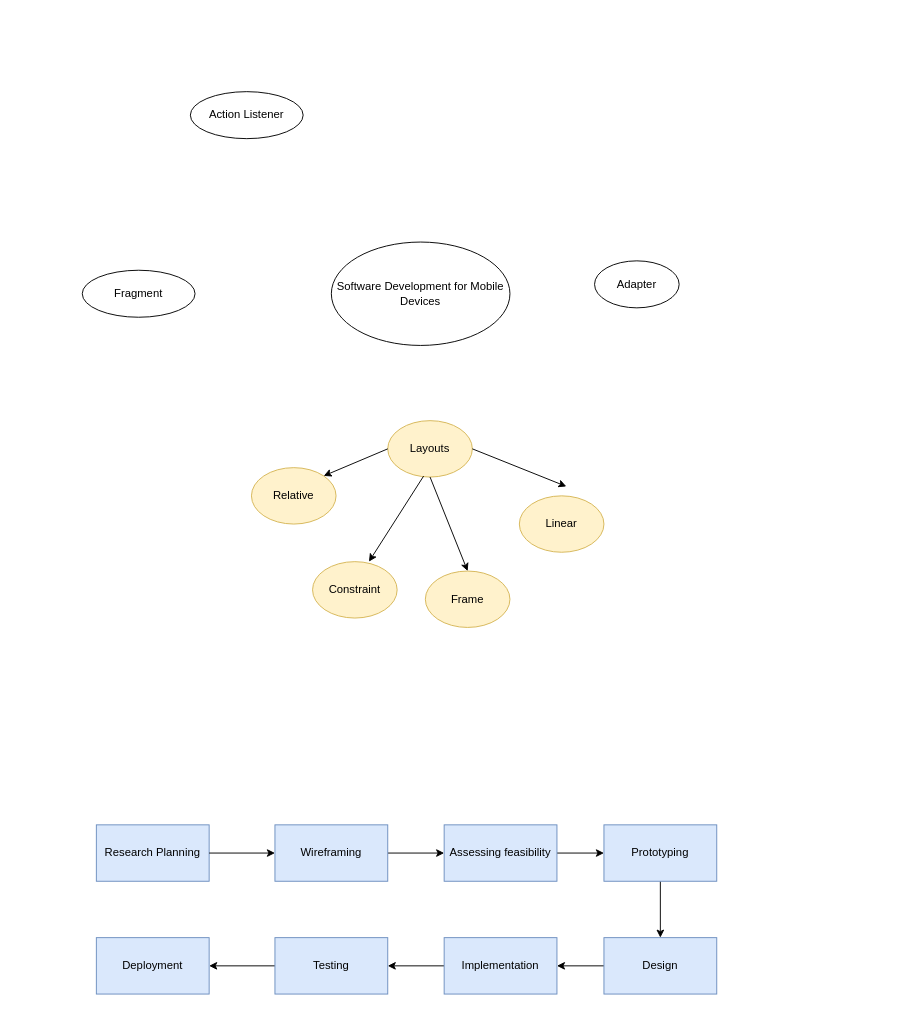
Earlier version of the draw.io diagram MindmapAndroid.drawio (LastMinuteBanter/DistinctionTaskUML). Source tidied: cells renumbered, new cells numbered last; positions are measured from the earlier drawing's top-left corner, leaving out a move shared by most shapes. Both pictures are drawn from the tidied source at 94%, with x=0, y=0 at pixel (82, 91).
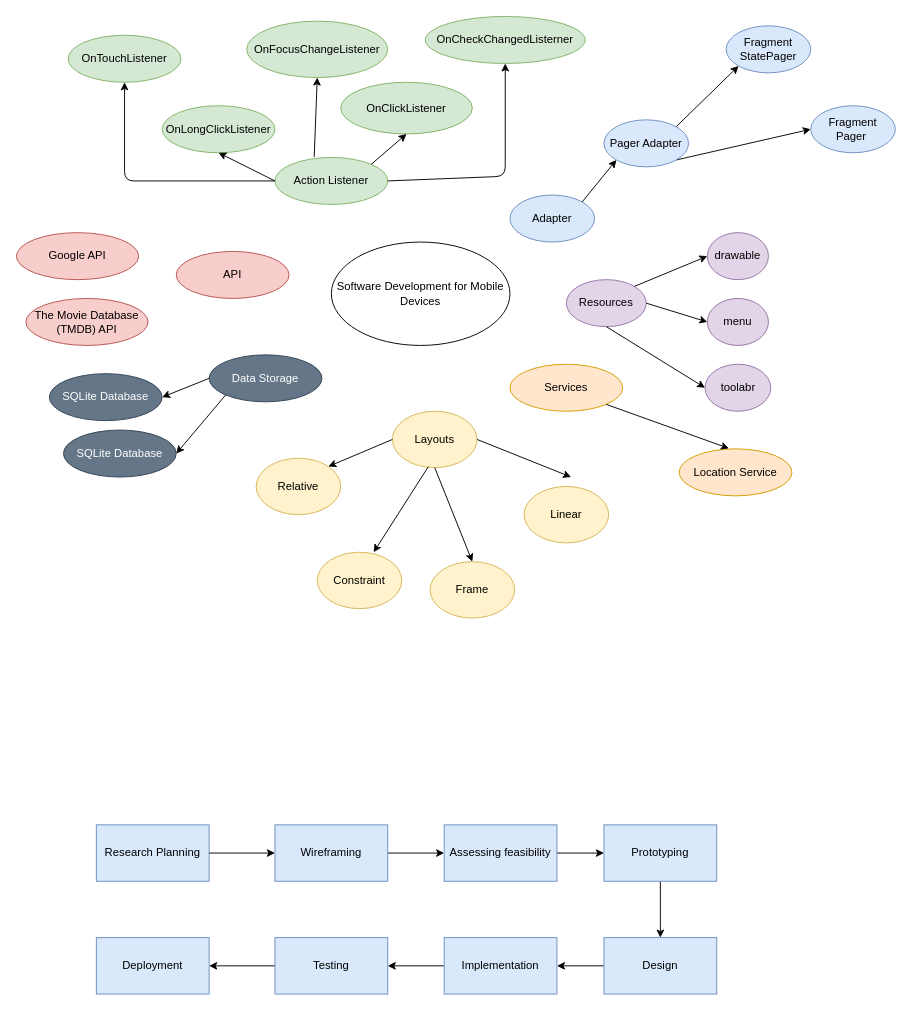
Above is the later version.

What changed in the source:
```diff
@@
     <mxCell id="18" value="Layouts" style="ellipse;whiteSpace=wrap;html=1;fillColor=#fff2cc;strokeColor=#d6b656;" parent="1" vertex="1">
-      <mxGeometry x="325" y="350" width="90" height="60" as="geometry" />
+      <mxGeometry x="330" y="340" width="90" height="60" as="geometry" />
     </mxCell>
-    <mxCell id="19" value="Adapter" style="ellipse;whiteSpace=wrap;html=1;" parent="1" vertex="1">
-      <mxGeometry x="545" y="180" width="90" height="50" as="geometry" />
+    <mxCell id="19" value="Adapter" style="ellipse;whiteSpace=wrap;html=1;fillColor=#dae8fc;strokeColor=#6c8ebf;" parent="1" vertex="1">
+      <mxGeometry x="455" y="110" width="90" height="50" as="geometry" />
     </mxCell>
-    <mxCell id="20" value="Fragment" style="ellipse;whiteSpace=wrap;html=1;" parent="1" vertex="1">
-      <mxGeometry y="190" width="120" height="50" as="geometry" />
+    <mxCell id="20" value="Services" style="ellipse;whiteSpace=wrap;html=1;fillColor=#ffe6cc;strokeColor=#d79b00;" parent="1" vertex="1">
+      <mxGeometry x="455" y="290" width="120" height="50" as="geometry" />
     </mxCell>
-    <mxCell id="21" value="Action Listener" style="ellipse;whiteSpace=wrap;html=1;" parent="1" vertex="1">
-      <mxGeometry x="115" width="120" height="50" as="geometry" />
+    <mxCell id="21" value="Action Listener" style="ellipse;whiteSpace=wrap;html=1;fillColor=#d5e8d4;strokeColor=#82b366;" parent="1" vertex="1">
+      <mxGeometry x="205" y="70" width="120" height="50" as="geometry" />
     </mxCell>
     <mxCell id="22" value="Relative" style="ellipse;whiteSpace=wrap;html=1;fillColor=#fff2cc;strokeColor=#d6b656;" parent="1" vertex="1">
-      <mxGeometry x="180" y="400" width="90" height="60" as="geometry" />
+      <mxGeometry x="185" y="390" width="90" height="60" as="geometry" />
     </mxCell>
     <mxCell id="23" value="Constraint" style="ellipse;whiteSpace=wrap;html=1;fillColor=#fff2cc;strokeColor=#d6b656;" parent="1" vertex="1">
-      <mxGeometry x="245" y="500" width="90" height="60" as="geometry" />
+      <mxGeometry x="250" y="490" width="90" height="60" as="geometry" />
     </mxCell>
     <mxCell id="24" value="Linear" style="ellipse;whiteSpace=wrap;html=1;fillColor=#fff2cc;strokeColor=#d6b656;" parent="1" vertex="1">
-      <mxGeometry x="465" y="430" width="90" height="60" as="geometry" />
+      <mxGeometry x="470" y="420" width="90" height="60" as="geometry" />
     </mxCell>
     <mxCell id="25" value="Frame" style="ellipse;whiteSpace=wrap;html=1;fillColor=#fff2cc;strokeColor=#d6b656;" parent="1" vertex="1">
-      <mxGeometry x="365" y="510" width="90" height="60" as="geometry" />
+      <mxGeometry x="370" y="500" width="90" height="60" as="geometry" />
     </mxCell>
     <mxCell id="26" style="endArrow=classic;html=1;exitX=1;exitY=0.5;exitDx=0;exitDy=0;" parent="1" edge="1" source="18">
       <mxGeometry relative="1" as="geometry">
-        <mxPoint x="515" y="420" as="targetPoint" />
+        <mxPoint x="520" y="410" as="targetPoint" />
       </mxGeometry>
     </mxCell>
@@
+    <mxCell id="30" value="Fragment Pager&amp;nbsp;" style="ellipse;whiteSpace=wrap;html=1;fillColor=#dae8fc;strokeColor=#6c8ebf;" parent="1" vertex="1">
+      <mxGeometry x="775" y="15" width="90" height="50" as="geometry" />
+    </mxCell>
+    <mxCell id="31" value="Fragment StatePager" style="ellipse;whiteSpace=wrap;html=1;fillColor=#dae8fc;strokeColor=#6c8ebf;" parent="1" vertex="1">
+      <mxGeometry x="685" y="-70" width="90" height="50" as="geometry" />
+    </mxCell>
+    <mxCell id="32" style="endArrow=classic;html=1;exitX=1;exitY=1;exitDx=0;exitDy=0;entryX=0;entryY=0.5;entryDx=0;entryDy=0;" parent="1" edge="1" source="44" target="30">
+      <mxGeometry relative="1" as="geometry" />
+    </mxCell>
+    <mxCell id="33" style="endArrow=classic;html=1;exitX=1;exitY=0;exitDx=0;exitDy=0;entryX=0;entryY=1;entryDx=0;entryDy=0;" parent="1" edge="1" source="44" target="31">
+      <mxGeometry relative="1" as="geometry" />
+    </mxCell>
+    <mxCell id="34" value="OnClickListener" style="ellipse;whiteSpace=wrap;html=1;fillColor=#d5e8d4;strokeColor=#82b366;" parent="1" vertex="1">
+      <mxGeometry x="275" y="-10" width="140" height="55" as="geometry" />
+    </mxCell>
+    <mxCell id="35" value="OnCheckChangedListerner" style="ellipse;whiteSpace=wrap;html=1;fillColor=#d5e8d4;strokeColor=#82b366;" parent="1" vertex="1">
+      <mxGeometry x="365" y="-80" width="170" height="50" as="geometry" />
+    </mxCell>
+    <mxCell id="36" value="OnTouchListener" style="ellipse;whiteSpace=wrap;html=1;fillColor=#d5e8d4;strokeColor=#82b366;" parent="1" vertex="1">
+      <mxGeometry x="-15" y="-60" width="120" height="50" as="geometry" />
+    </mxCell>
+    <mxCell id="37" value="OnLongClickListener" style="ellipse;whiteSpace=wrap;html=1;fillColor=#d5e8d4;strokeColor=#82b366;" parent="1" vertex="1">
+      <mxGeometry x="85" y="15" width="120" height="50" as="geometry" />
+    </mxCell>
+    <mxCell id="38" value="OnFocusChangeListener" style="ellipse;whiteSpace=wrap;html=1;fillColor=#d5e8d4;strokeColor=#82b366;" parent="1" vertex="1">
+      <mxGeometry x="175" y="-75" width="150" height="60" as="geometry" />
+    </mxCell>
+    <mxCell id="39" style="endArrow=classic;html=1;exitX=0;exitY=0.5;exitDx=0;exitDy=0;entryX=0.5;entryY=1;entryDx=0;entryDy=0;" parent="1" edge="1" source="21" target="37">
+      <mxGeometry relative="1" as="geometry" />
+    </mxCell>
+    <mxCell id="40" style="endArrow=classic;html=1;entryX=0.5;entryY=1;entryDx=0;entryDy=0;exitX=0;exitY=0.5;exitDx=0;exitDy=0;" parent="1" edge="1" source="21" target="36">
+      <mxGeometry relative="1" as="geometry">
+        <Array as="points">
+          <mxPoint x="45" y="95" />
+        </Array>
+      </mxGeometry>
+    </mxCell>
+    <mxCell id="41" style="endArrow=classic;html=1;entryX=0.5;entryY=1;entryDx=0;entryDy=0;exitX=1;exitY=0.5;exitDx=0;exitDy=0;" parent="1" edge="1" source="21" target="35">
+      <mxGeometry relative="1" as="geometry">
+        <Array as="points">
+          <mxPoint x="450" y="90" />
+        </Array>
+      </mxGeometry>
+    </mxCell>
+    <mxCell id="42" style="endArrow=classic;html=1;entryX=0.5;entryY=1;entryDx=0;entryDy=0;exitX=0.348;exitY=-0.009;exitDx=0;exitDy=0;exitPerimeter=0;" parent="1" edge="1" source="21" target="38">
+      <mxGeometry relative="1" as="geometry" />
+    </mxCell>
+    <mxCell id="43" style="endArrow=classic;html=1;entryX=0.5;entryY=1;entryDx=0;entryDy=0;exitX=1;exitY=0;exitDx=0;exitDy=0;" parent="1" edge="1" source="21" target="34">
+      <mxGeometry relative="1" as="geometry" />
+    </mxCell>
+    <mxCell id="44" value="Pager Adapter" style="ellipse;whiteSpace=wrap;html=1;fillColor=#dae8fc;strokeColor=#6c8ebf;" parent="1" vertex="1">
+      <mxGeometry x="555" y="30" width="90" height="50" as="geometry" />
+    </mxCell>
+    <mxCell id="45" style="endArrow=classic;html=1;exitX=1;exitY=0;exitDx=0;exitDy=0;entryX=0;entryY=1;entryDx=0;entryDy=0;" parent="1" edge="1" source="19" target="44">
+      <mxGeometry relative="1" as="geometry" />
+    </mxCell>
+    <mxCell id="46" value="Location Service" style="ellipse;whiteSpace=wrap;html=1;fillColor=#ffe6cc;strokeColor=#d79b00;" parent="1" vertex="1">
+      <mxGeometry x="635" y="380" width="120" height="50" as="geometry" />
+    </mxCell>
+    <mxCell id="47" value="API" style="ellipse;whiteSpace=wrap;html=1;fillColor=#f8cecc;strokeColor=#b85450;" parent="1" vertex="1">
+      <mxGeometry x="100" y="170" width="120" height="50" as="geometry" />
+    </mxCell>
+    <mxCell id="48" value="Resources" style="ellipse;whiteSpace=wrap;html=1;fillColor=#e1d5e7;strokeColor=#9673a6;" parent="1" vertex="1">
+      <mxGeometry x="515" y="200" width="85" height="50" as="geometry" />
+    </mxCell>
+    <mxCell id="49" value="drawable" style="ellipse;whiteSpace=wrap;html=1;fillColor=#e1d5e7;strokeColor=#9673a6;" parent="1" vertex="1">
+      <mxGeometry x="665" y="150" width="65" height="50" as="geometry" />
+    </mxCell>
+    <mxCell id="50" value="menu" style="ellipse;whiteSpace=wrap;html=1;fillColor=#e1d5e7;strokeColor=#9673a6;" parent="1" vertex="1">
+      <mxGeometry x="665" y="220" width="65" height="50" as="geometry" />
+    </mxCell>
+    <mxCell id="51" value="toolabr" style="ellipse;whiteSpace=wrap;html=1;fillColor=#e1d5e7;strokeColor=#9673a6;" parent="1" vertex="1">
+      <mxGeometry x="662.5" y="290" width="70" height="50" as="geometry" />
+    </mxCell>
+    <mxCell id="52" style="endArrow=classic;html=1;exitX=1;exitY=1;exitDx=0;exitDy=0;entryX=0.441;entryY=-0.009;entryDx=0;entryDy=0;entryPerimeter=0;" parent="1" edge="1" source="20" target="46">
+      <mxGeometry relative="1" as="geometry" />
+    </mxCell>
+    <mxCell id="53" style="endArrow=classic;html=1;exitX=1;exitY=0;exitDx=0;exitDy=0;entryX=0;entryY=0.5;entryDx=0;entryDy=0;" parent="1" edge="1" source="48" target="49">
+      <mxGeometry relative="1" as="geometry" />
+    </mxCell>
+    <mxCell id="54" style="endArrow=classic;html=1;exitX=1;exitY=0.5;exitDx=0;exitDy=0;entryX=0;entryY=0.5;entryDx=0;entryDy=0;" parent="1" edge="1" source="48" target="50">
+      <mxGeometry relative="1" as="geometry" />
+    </mxCell>
+    <mxCell id="55" style="endArrow=classic;html=1;exitX=0.5;exitY=1;exitDx=0;exitDy=0;entryX=0;entryY=0.5;entryDx=0;entryDy=0;" parent="1" edge="1" source="48" target="51">
+      <mxGeometry relative="1" as="geometry" />
+    </mxCell>
+    <mxCell id="56" value="Google API" style="ellipse;whiteSpace=wrap;html=1;fillColor=#f8cecc;strokeColor=#b85450;" parent="1" vertex="1">
+      <mxGeometry x="-70" y="150" width="130" height="50" as="geometry" />
+    </mxCell>
+    <mxCell id="57" value="The Movie Database (TMDB) API" style="ellipse;whiteSpace=wrap;html=1;fillColor=#f8cecc;strokeColor=#b85450;" parent="1" vertex="1">
+      <mxGeometry x="-60" y="220" width="130" height="50" as="geometry" />
+    </mxCell>
+    <mxCell id="58" value="Data Storage" style="ellipse;whiteSpace=wrap;html=1;fillColor=#647687;strokeColor=#314354;fontColor=#ffffff;" parent="1" vertex="1">
+      <mxGeometry x="135" y="280" width="120" height="50" as="geometry" />
+    </mxCell>
+    <mxCell id="59" value="SQLite Database" style="ellipse;whiteSpace=wrap;html=1;fillColor=#647687;strokeColor=#314354;fontColor=#ffffff;" parent="1" vertex="1">
+      <mxGeometry x="-35" y="300" width="120" height="50" as="geometry" />
+    </mxCell>
+    <mxCell id="60" value="SQLite Database" style="ellipse;whiteSpace=wrap;html=1;fillColor=#647687;strokeColor=#314354;fontColor=#ffffff;" parent="1" vertex="1">
+      <mxGeometry x="-20" y="360" width="120" height="50" as="geometry" />
+    </mxCell>
+    <mxCell id="61" style="endArrow=classic;html=1;entryX=1;entryY=0.5;entryDx=0;entryDy=0;exitX=0;exitY=0.5;exitDx=0;exitDy=0;" parent="1" edge="1" source="58" target="59">
+      <mxGeometry relative="1" as="geometry" />
+    </mxCell>
+    <mxCell id="62" style="endArrow=classic;html=1;entryX=1;entryY=0.5;entryDx=0;entryDy=0;exitX=0;exitY=1;exitDx=0;exitDy=0;" parent="1" edge="1" source="58" target="60">
+      <mxGeometry relative="1" as="geometry" />
+    </mxCell>
```
